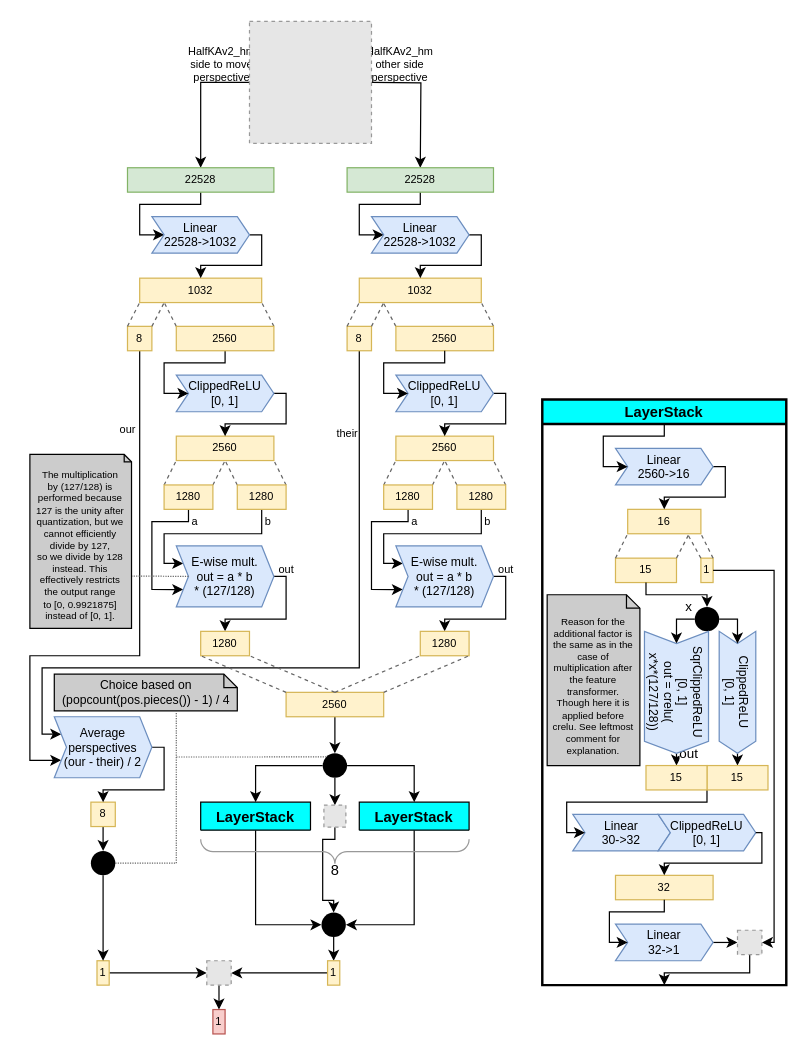
This is docs/img/SFNNv8_architecture.drawio from official-stockfish/nnue-pytorch, a draw.io file, before an edit. Source tidied: cells renumbered, new cells numbered last; positions are measured from the earlier drawing's top-left corner, leaving out a move shared by most shapes. Both pictures are drawn from the tidied source at 122%, with x=0, y=0 at pixel (29, 21). Pictures stored in the file or linked from it are replaced by grey dashed boxes.
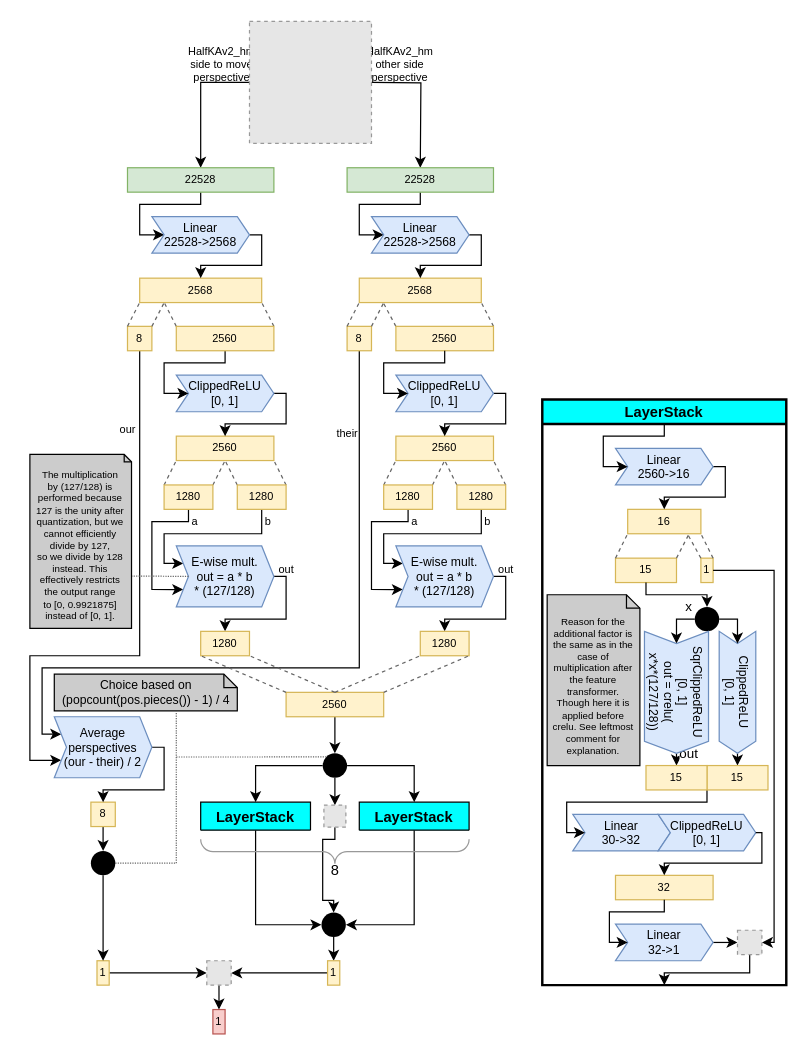
The same diagram, later.

Commit message (it also covers changes not shown here):
fix wrong L1 size in SFNNv6-8 diagrams (#283)

Diff of the diagram source:
```diff
@@
-    <mxCell id="9" value="&lt;div&gt;1032&lt;/div&gt;" style="rounded=0;whiteSpace=wrap;html=1;shadow=0;glass=0;sketch=0;fontSize=9;align=center;fillColor=#fff2cc;strokeColor=#d6b656;" parent="1" vertex="1">
+    <mxCell id="9" value="&lt;div&gt;2568&lt;/div&gt;" style="rounded=0;whiteSpace=wrap;html=1;shadow=0;glass=0;sketch=0;fontSize=9;align=center;fillColor=#fff2cc;strokeColor=#d6b656;" parent="1" vertex="1">
       <mxGeometry x="90" y="210.5" width="100" height="20" as="geometry" />
     </mxCell>
@@
-    <mxCell id="12" value="1032" style="rounded=0;whiteSpace=wrap;html=1;shadow=0;glass=0;sketch=0;fontSize=9;align=center;fillColor=#fff2cc;strokeColor=#d6b656;" parent="1" vertex="1">
+    <mxCell id="12" value="2568" style="rounded=0;whiteSpace=wrap;html=1;shadow=0;glass=0;sketch=0;fontSize=9;align=center;fillColor=#fff2cc;strokeColor=#d6b656;" parent="1" vertex="1">
       <mxGeometry x="270" y="210.5" width="100" height="20" as="geometry" />
     </mxCell>
@@
-    <mxCell id="16" value="&lt;div style=&quot;font-size: 10px&quot;&gt;Linear&lt;/div&gt;&lt;div style=&quot;font-size: 10px&quot;&gt;22528-&amp;gt;1032&lt;/div&gt;" style="shape=step;perimeter=stepPerimeter;whiteSpace=wrap;html=1;fixedSize=1;rounded=0;shadow=0;glass=0;sketch=0;fontSize=10;align=center;size=10;fillColor=#dae8fc;strokeColor=#6c8ebf;" parent="1" vertex="1">
+    <mxCell id="16" value="&lt;div style=&quot;font-size: 10px&quot;&gt;Linear&lt;/div&gt;&lt;div style=&quot;font-size: 10px&quot;&gt;22528-&amp;gt;2568&lt;/div&gt;" style="shape=step;perimeter=stepPerimeter;whiteSpace=wrap;html=1;fixedSize=1;rounded=0;shadow=0;glass=0;sketch=0;fontSize=10;align=center;size=10;fillColor=#dae8fc;strokeColor=#6c8ebf;" parent="1" vertex="1">
       <mxGeometry x="100" y="160" width="80" height="30" as="geometry" />
     </mxCell>
-    <mxCell id="17" value="&lt;div style=&quot;font-size: 10px&quot;&gt;Linear&lt;/div&gt;&lt;div style=&quot;font-size: 10px&quot;&gt;22528-&amp;gt;1032&lt;/div&gt;" style="shape=step;perimeter=stepPerimeter;whiteSpace=wrap;html=1;fixedSize=1;rounded=0;shadow=0;glass=0;sketch=0;fontSize=10;align=center;size=10;fillColor=#dae8fc;strokeColor=#6c8ebf;" parent="1" vertex="1">
+    <mxCell id="17" value="&lt;div style=&quot;font-size: 10px&quot;&gt;Linear&lt;/div&gt;&lt;div style=&quot;font-size: 10px&quot;&gt;22528-&amp;gt;2568&lt;/div&gt;" style="shape=step;perimeter=stepPerimeter;whiteSpace=wrap;html=1;fixedSize=1;rounded=0;shadow=0;glass=0;sketch=0;fontSize=10;align=center;size=10;fillColor=#dae8fc;strokeColor=#6c8ebf;" parent="1" vertex="1">
       <mxGeometry x="280" y="160" width="80" height="30" as="geometry" />
     </mxCell>
```
